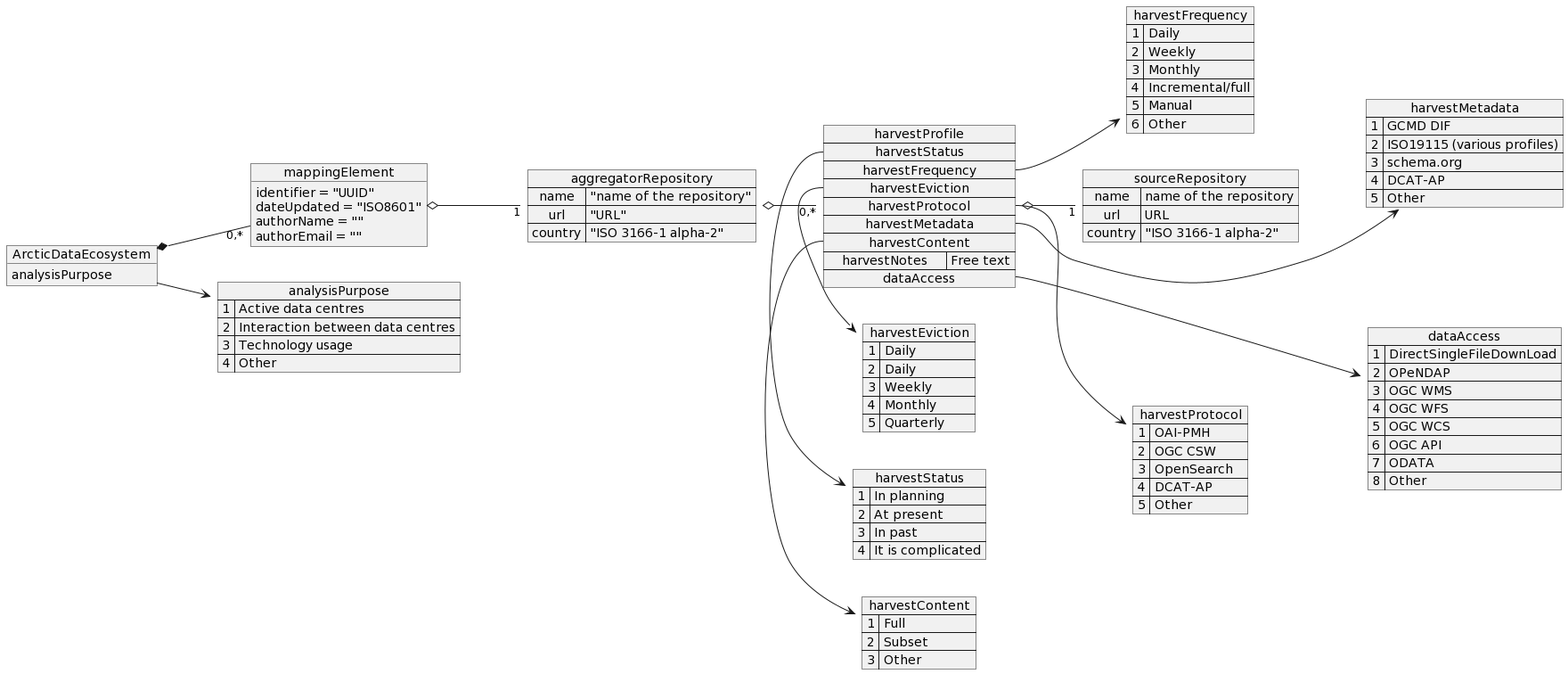
POLDER-Crew/PDEMDataModel keeps this PlantUML diagram as doc/diagrams/ArcticDataMapping.png. Above is the earlier version.
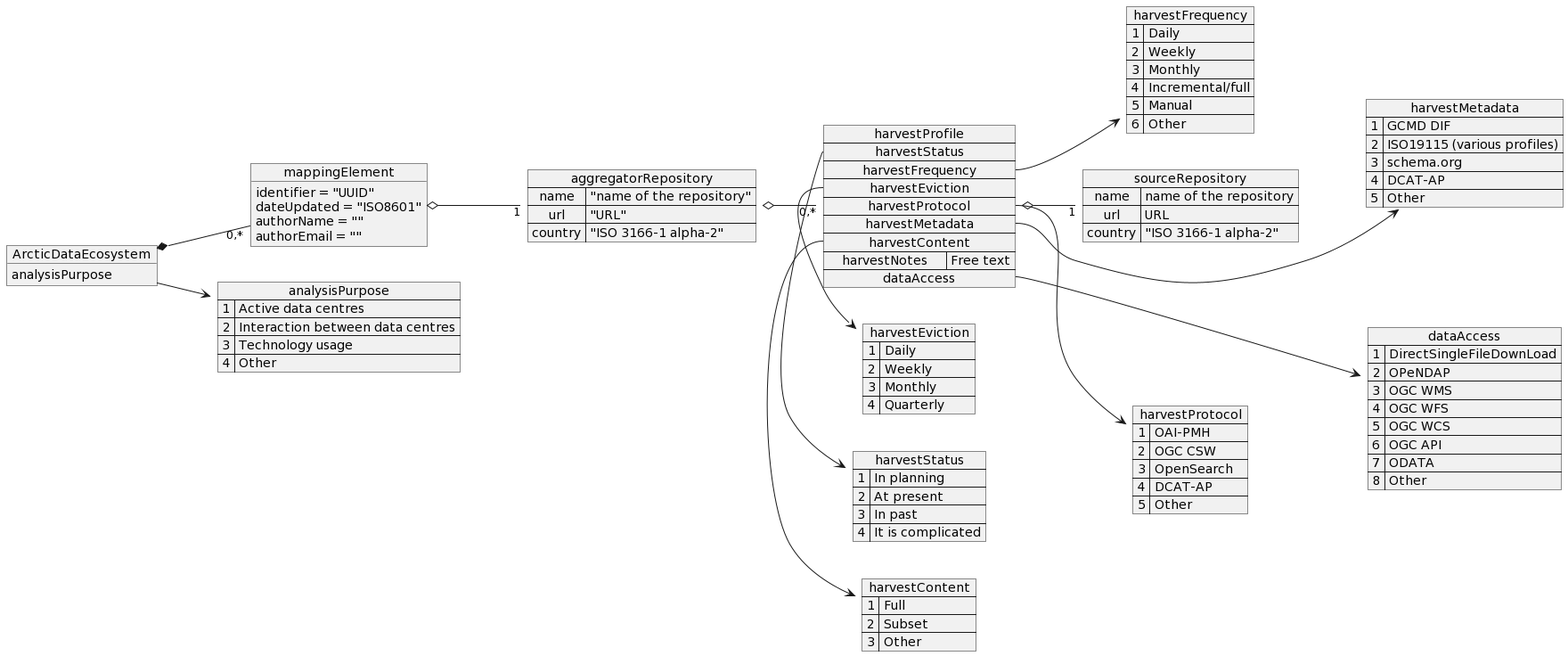
Later version of the same file.

Change to the diagram source:
```diff
@@ -46,10 +46,9 @@
 
 map "harvestEviction" as he {
     1 => Daily
-    2 => Daily
-    3 => Weekly
-    4 => Monthly
-    5 => Quarterly
+    2 => Weekly
+    3 => Monthly
+    4 => Quarterly
 }
 
 map "harvestProtocol" as hp {
```
